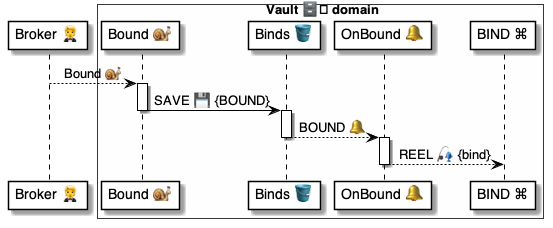
Above: 4 ⚙️ Solution/41 🎭 Domain Roles/Vaults 🗄️/🗄️🪣 Vault tables/Binds 🔗 table/🪣🧱 12 Bound 🔔 event/🗄️ OnBindBound ⚙️ uml.png in pollyweb-org/pollyweb-docs (PlantUML), before the change. Its source is kept beside it as 4 ⚙️ Solution/41 🎭 Domain Roles/Vaults 🗄️/🗄️🪣 Vault tables/Binds 🔗 table/🪣🧱 12 Bound 🔔 event/🗄️ OnBindBound ⚙️ uml.puml. The source it was exported from:
```plantuml
@startuml OnBindBound

participant "Broker 🤵" as broker

box Vault 🗄️ domain #FFFFFA
    participant "Bound 🐌" as script
    participant "Binds 🪣" as binds
    participant "OnBound 🔔" as trigger
    participant "BIND ⌘" as bind
end box


broker --> script: Bound 🐌

activate script
    script -> binds: SAVE 💾 {BOUND}
deactivate script

activate binds
    binds --> trigger: BOUND 🔔
deactivate binds

activate trigger
    trigger --> bind: REEL 🎣 {bind}
deactivate trigger


@enduml
```
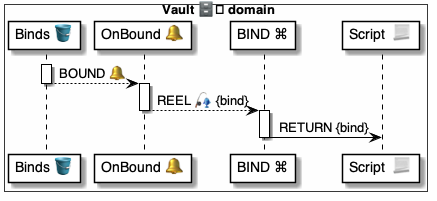
After the commit.

Change to the diagram source:
```diff
@@ -1,20 +1,13 @@
 @startuml OnBindBound
 
-participant "Broker 🤵" as broker
 
 box Vault 🗄️ domain #FFFFFA
-    participant "Bound 🐌" as script
     participant "Binds 🪣" as binds
     participant "OnBound 🔔" as trigger
     participant "BIND ⌘" as bind
+    participant "Script  📃" as script
 end box
 
-
-broker --> script: Bound 🐌
-
-activate script
-    script -> binds: SAVE 💾 {BOUND}
-deactivate script
 
 activate binds
     binds --> trigger: BOUND 🔔
@@ -25,4 +18,8 @@
 deactivate trigger
 
 
+activate bind
+    bind -> script: RETURN {bind}
+deactivate bind
+
 @enduml
```
